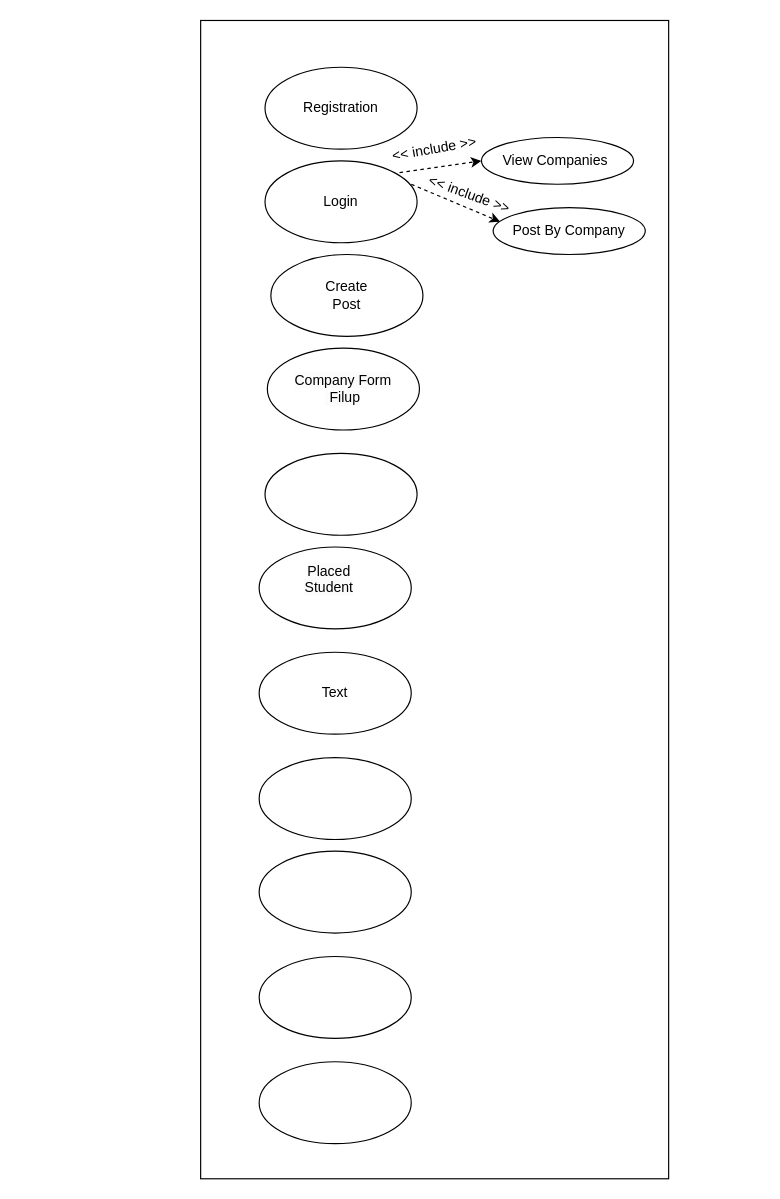
Earlier version of the draw.io diagram Untitled Diagram.drawio (shalulaha/Minor_Project). Source tidied: cells renumbered, new cells numbered last; positions are measured from the earlier drawing's top-left corner, leaving out a move shared by most shapes. Both pictures are drawn from the tidied source at 117%, with x=0, y=0 at pixel (200, 20).
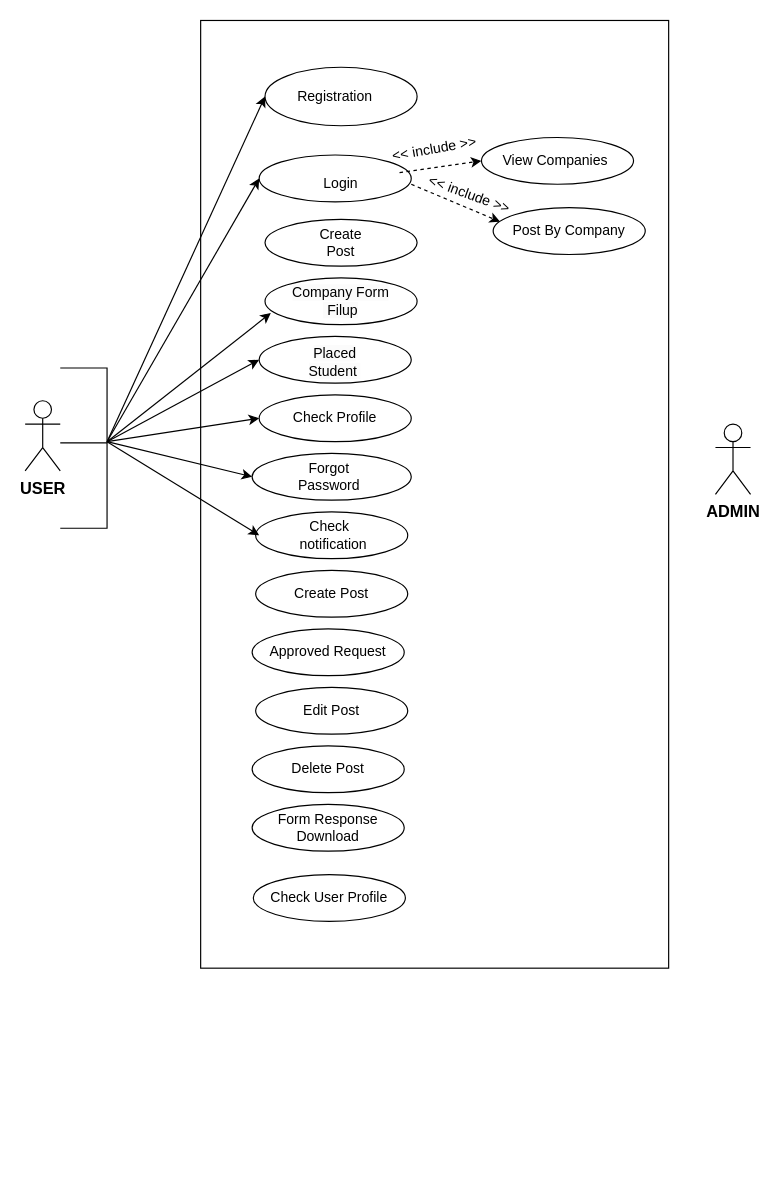
Above is the later version.

Diff of the diagram source:
```diff
@@
     <mxCell id="2" value="&lt;br&gt;&lt;div&gt;&lt;br/&gt;&lt;/div&gt;" style="rounded=0;whiteSpace=wrap;html=1;" parent="1" vertex="1">
-      <mxGeometry width="400" height="990" as="geometry" />
+      <mxGeometry width="400" height="810" as="geometry" />
     </mxCell>
     <mxCell id="3" style="ellipse;whiteSpace=wrap;html=1;" parent="1" vertex="1">
-      <mxGeometry x="55" y="40" width="130" height="70" as="geometry" />
+      <mxGeometry x="55" y="40" width="130" height="50" as="geometry" />
     </mxCell>
     <mxCell id="4" value="Registration" style="text;html=1;align=center;verticalAlign=middle;whiteSpace=wrap;rounded=0;" parent="1" vertex="1">
-      <mxGeometry x="90" y="60" width="60" height="30" as="geometry" />
+      <mxGeometry x="85" y="50" width="60" height="30" as="geometry" />
     </mxCell>
     <mxCell id="5" style="ellipse;whiteSpace=wrap;html=1;" parent="1" vertex="1">
-      <mxGeometry x="55" y="120" width="130" height="70" as="geometry" />
+      <mxGeometry x="50" y="115" width="130" height="40" as="geometry" />
     </mxCell>
     <mxCell id="6" value="Login" style="text;html=1;align=center;verticalAlign=middle;whiteSpace=wrap;rounded=0;" parent="1" vertex="1">
-      <mxGeometry x="90" y="140" width="60" height="30" as="geometry" />
+      <mxGeometry x="90" y="125" width="60" height="30" as="geometry" />
     </mxCell>
     <mxCell id="7" style="ellipse;whiteSpace=wrap;html=1;" parent="1" vertex="1">
-      <mxGeometry x="60" y="200" width="130" height="70" as="geometry" />
+      <mxGeometry x="55" y="170" width="130" height="40" as="geometry" />
     </mxCell>
     <mxCell id="8" value="&lt;br&gt;&lt;span style=&quot;color: rgb(0, 0, 0); font-family: Helvetica; font-size: 12px; font-style: normal; font-variant-ligatures: normal; font-variant-caps: normal; font-weight: 400; letter-spacing: normal; orphans: 2; text-align: center; text-indent: 0px; text-transform: none; widows: 2; word-spacing: 0px; -webkit-text-stroke-width: 0px; white-space: normal; background-color: rgb(251, 251, 251); text-decoration-thickness: initial; text-decoration-style: initial; text-decoration-color: initial; display: inline !important; float: none;&quot;&gt;Company Form&lt;/span&gt;&lt;div&gt;&lt;span style=&quot;color: rgb(0, 0, 0); font-family: Helvetica; font-size: 12px; font-style: normal; font-variant-ligatures: normal; font-variant-caps: normal; font-weight: 400; letter-spacing: normal; orphans: 2; text-align: center; text-indent: 0px; text-transform: none; widows: 2; word-spacing: 0px; -webkit-text-stroke-width: 0px; white-space: normal; background-color: rgb(251, 251, 251); text-decoration-thickness: initial; text-decoration-style: initial; text-decoration-color: initial; display: inline !important; float: none;&quot;&gt;&amp;nbsp;Filup&lt;/span&gt;&lt;br&gt;&lt;br&gt;&lt;/div&gt;" style="ellipse;whiteSpace=wrap;html=1;" parent="1" vertex="1">
-      <mxGeometry x="57" y="280" width="130" height="70" as="geometry" />
+      <mxGeometry x="55" y="220" width="130" height="40" as="geometry" />
     </mxCell>
     <mxCell id="9" style="ellipse;whiteSpace=wrap;html=1;" parent="1" vertex="1">
-      <mxGeometry x="55" y="370" width="130" height="70" as="geometry" />
+      <mxGeometry x="50" y="270" width="130" height="40" as="geometry" />
     </mxCell>
-    <mxCell id="10" style="ellipse;whiteSpace=wrap;html=1;" parent="1" vertex="1">
-      <mxGeometry x="50" y="450" width="130" height="70" as="geometry" />
+    <mxCell id="10" value="Check Profile" style="ellipse;whiteSpace=wrap;html=1;" parent="1" vertex="1">
+      <mxGeometry x="50" y="320" width="130" height="40" as="geometry" />
     </mxCell>
-    <mxCell id="11" value="&#10;&lt;span style=&quot;color: rgb(0, 0, 0); font-family: Helvetica; font-size: 12px; font-style: normal; font-variant-ligatures: normal; font-variant-caps: normal; font-weight: 400; letter-spacing: normal; orphans: 2; text-align: center; text-indent: 0px; text-transform: none; widows: 2; word-spacing: 0px; -webkit-text-stroke-width: 0px; white-space: normal; background-color: rgb(251, 251, 251); text-decoration-thickness: initial; text-decoration-style: initial; text-decoration-color: initial; display: inline !important; float: none;&quot;&gt;Placed Student&lt;/span&gt;&#10;&#10;" style="text;html=1;align=center;verticalAlign=middle;whiteSpace=wrap;rounded=0;" parent="1" vertex="1">
-      <mxGeometry x="80" y="470" width="60" height="30" as="geometry" />
+    <mxCell id="11" value="&lt;br&gt;&lt;span style=&quot;color: rgb(0, 0, 0); font-family: Helvetica; font-size: 12px; font-style: normal; font-variant-ligatures: normal; font-variant-caps: normal; font-weight: 400; letter-spacing: normal; orphans: 2; text-align: center; text-indent: 0px; text-transform: none; widows: 2; word-spacing: 0px; -webkit-text-stroke-width: 0px; white-space: normal; background-color: rgb(251, 251, 251); text-decoration-thickness: initial; text-decoration-style: initial; text-decoration-color: initial; display: inline !important; float: none;&quot;&gt;Placed Student&amp;nbsp;&lt;/span&gt;" style="text;html=1;align=center;verticalAlign=middle;whiteSpace=wrap;rounded=0;" parent="1" vertex="1">
+      <mxGeometry x="85" y="270" width="60" height="30" as="geometry" />
     </mxCell>
-    <mxCell id="12" style="ellipse;whiteSpace=wrap;html=1;" parent="1" vertex="1">
-      <mxGeometry x="50" y="630" width="130" height="70" as="geometry" />
+    <mxCell id="12" value="Check&amp;nbsp;&lt;div&gt;&amp;nbsp;notification&lt;/div&gt;" style="ellipse;whiteSpace=wrap;html=1;" parent="1" vertex="1">
+      <mxGeometry x="47" y="420" width="130" height="40" as="geometry" />
     </mxCell>
     <mxCell id="13" style="ellipse;whiteSpace=wrap;html=1;" parent="1" vertex="1">
-      <mxGeometry x="50" y="540" width="130" height="70" as="geometry" />
+      <mxGeometry x="44" y="370" width="136" height="40" as="geometry" />
     </mxCell>
-    <mxCell id="14" value="Text" style="text;html=1;align=center;verticalAlign=middle;whiteSpace=wrap;rounded=0;" parent="1" vertex="1">
-      <mxGeometry x="85" y="560" width="60" height="30" as="geometry" />
+    <mxCell id="14" value="Forgot Password" style="text;html=1;align=center;verticalAlign=middle;whiteSpace=wrap;rounded=0;" parent="1" vertex="1">
+      <mxGeometry x="80" y="375" width="60" height="30" as="geometry" />
     </mxCell>
-    <mxCell id="15" style="ellipse;whiteSpace=wrap;html=1;" parent="1" vertex="1">
-      <mxGeometry x="50" y="710" width="130" height="70" as="geometry" />
+    <mxCell id="15" value="Create Post" style="ellipse;whiteSpace=wrap;html=1;" parent="1" vertex="1">
+      <mxGeometry x="47" y="470" width="130" height="40" as="geometry" />
     </mxCell>
-    <mxCell id="16" style="ellipse;whiteSpace=wrap;html=1;" parent="1" vertex="1">
-      <mxGeometry x="50" y="800" width="130" height="70" as="geometry" />
+    <mxCell id="16" value="Approved Request" style="ellipse;whiteSpace=wrap;html=1;" parent="1" vertex="1">
+      <mxGeometry x="44" y="520" width="130" height="40" as="geometry" />
     </mxCell>
-    <mxCell id="17" style="ellipse;whiteSpace=wrap;html=1;" parent="1" vertex="1">
-      <mxGeometry x="50" y="890" width="130" height="70" as="geometry" />
+    <mxCell id="17" value="Edit Post" style="ellipse;whiteSpace=wrap;html=1;" parent="1" vertex="1">
+      <mxGeometry x="47" y="570" width="130" height="40" as="geometry" />
     </mxCell>
@@
     <mxCell id="24" value="Create Post" style="text;html=1;align=center;verticalAlign=middle;whiteSpace=wrap;rounded=0;" parent="1" vertex="1">
-      <mxGeometry x="95" y="220" width="60" height="30" as="geometry" />
+      <mxGeometry x="90" y="175" width="60" height="30" as="geometry" />
     </mxCell>
+    <mxCell id="25" value="Delete Post" style="ellipse;whiteSpace=wrap;html=1;" parent="1" vertex="1">
+      <mxGeometry x="44" y="620" width="130" height="40" as="geometry" />
+    </mxCell>
+    <mxCell id="26" value="Form Response Download" style="ellipse;whiteSpace=wrap;html=1;" parent="1" vertex="1">
+      <mxGeometry x="44" y="670" width="130" height="40" as="geometry" />
+    </mxCell>
+    <mxCell id="27" value="Check User Profile" style="ellipse;whiteSpace=wrap;html=1;" parent="1" vertex="1">
+      <mxGeometry x="45" y="730" width="130" height="40" as="geometry" />
+    </mxCell>
+    <mxCell id="28" value="&lt;b&gt;&lt;font style=&quot;font-size: 14px;&quot;&gt;USER&lt;/font&gt;&lt;/b&gt;" style="shape=umlActor;verticalLabelPosition=bottom;verticalAlign=top;html=1;" parent="1" vertex="1">
+      <mxGeometry x="-150" y="325" width="30" height="60" as="geometry" />
+    </mxCell>
+    <mxCell id="29" value="&lt;b&gt;&lt;font style=&quot;font-size: 14px;&quot;&gt;ADMIN&lt;/font&gt;&lt;/b&gt;" style="shape=umlActor;verticalLabelPosition=bottom;verticalAlign=top;html=1;" parent="1" vertex="1">
+      <mxGeometry x="440" y="345" width="30" height="60" as="geometry" />
+    </mxCell>
+    <mxCell id="30" style="endArrow=classic;html=1;rounded=0;entryX=0;entryY=0.5;entryDx=0;entryDy=0;" parent="1" edge="1" target="3">
+      <mxGeometry relative="1" as="geometry">
+        <mxPoint x="-80" y="360" as="sourcePoint" />
+      </mxGeometry>
+    </mxCell>
+    <mxCell id="31" style="endArrow=none;html=1;rounded=0;" parent="1" edge="1">
+      <mxGeometry relative="1" as="geometry">
+        <mxPoint x="-120" y="434" as="sourcePoint" />
+        <mxPoint x="-120" y="297" as="targetPoint" />
+        <Array as="points">
+          <mxPoint x="-80" y="434" />
+          <mxPoint x="-80" y="297" />
+        </Array>
+      </mxGeometry>
+    </mxCell>
+    <mxCell id="32" style="endArrow=classic;html=1;rounded=0;entryX=0;entryY=0.5;entryDx=0;entryDy=0;" parent="1" edge="1" target="5">
+      <mxGeometry relative="1" as="geometry">
+        <mxPoint x="-80" y="360" as="sourcePoint" />
+      </mxGeometry>
+    </mxCell>
+    <mxCell id="33" style="endArrow=classic;html=1;rounded=0;" parent="1" edge="1">
+      <mxGeometry relative="1" as="geometry">
+        <mxPoint x="-80" y="360" as="sourcePoint" />
+        <mxPoint x="60" y="250" as="targetPoint" />
+      </mxGeometry>
+    </mxCell>
+    <mxCell id="34" style="endArrow=classic;html=1;rounded=0;entryX=0;entryY=0.5;entryDx=0;entryDy=0;" parent="1" edge="1" target="9">
+      <mxGeometry relative="1" as="geometry">
+        <mxPoint x="-80" y="360" as="sourcePoint" />
+      </mxGeometry>
+    </mxCell>
+    <mxCell id="35" style="endArrow=classic;html=1;rounded=0;entryX=0;entryY=0.5;entryDx=0;entryDy=0;" parent="1" edge="1" target="10">
+      <mxGeometry relative="1" as="geometry">
+        <mxPoint x="-80" y="360" as="sourcePoint" />
+      </mxGeometry>
+    </mxCell>
+    <mxCell id="36" style="endArrow=classic;html=1;rounded=0;entryX=0;entryY=0.5;entryDx=0;entryDy=0;" parent="1" edge="1" target="13">
+      <mxGeometry relative="1" as="geometry">
+        <mxPoint x="-80" y="360" as="sourcePoint" />
+      </mxGeometry>
+    </mxCell>
+    <mxCell id="37" style="endArrow=classic;html=1;rounded=0;" parent="1" edge="1">
+      <mxGeometry relative="1" as="geometry">
+        <mxPoint x="-80" y="360" as="sourcePoint" />
+        <mxPoint x="50" y="440" as="targetPoint" />
+      </mxGeometry>
+    </mxCell>
+    <mxCell id="38" style="endArrow=none;html=1;rounded=0;" parent="1" edge="1">
+      <mxGeometry relative="1" as="geometry">
+        <mxPoint x="-120" y="361" as="sourcePoint" />
+        <mxPoint x="-80" y="361" as="targetPoint" />
+      </mxGeometry>
+    </mxCell>
```
